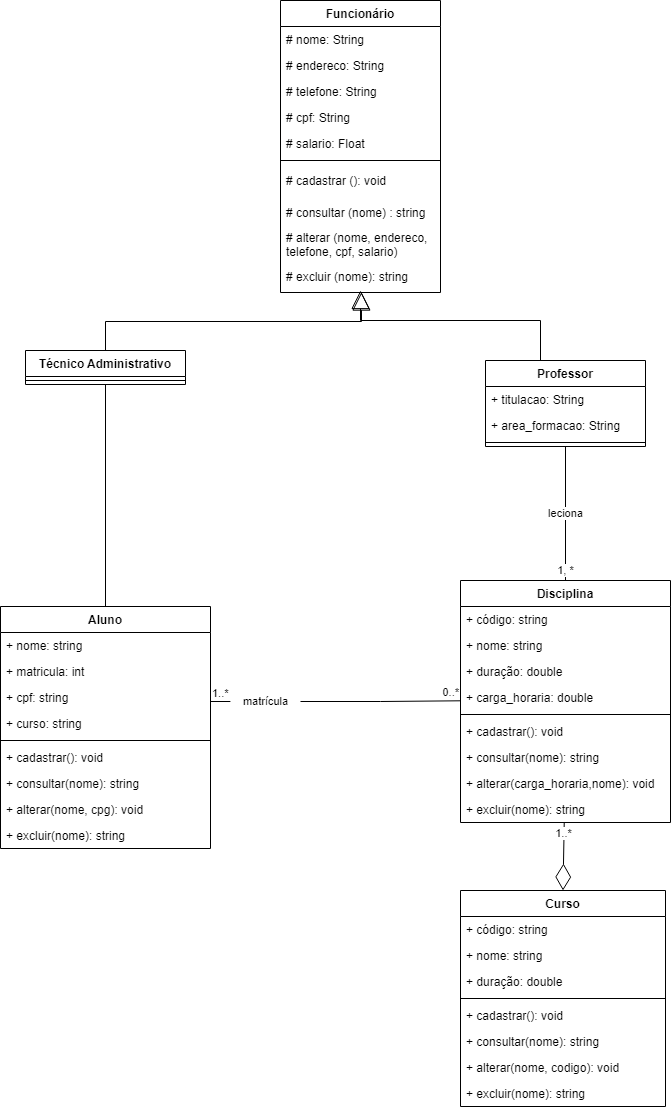
This is Modelagem de classes/EQ3-UML-Gestao_academica.png from Karolayne-silva/atv-sistemaDeGestaoAcademica, a draw.io export, as it was before one commit. Source tidied: cells renumbered, new cells last; positions are measured from the earlier drawing's top-left corner, leaving out a move shared by most shapes.
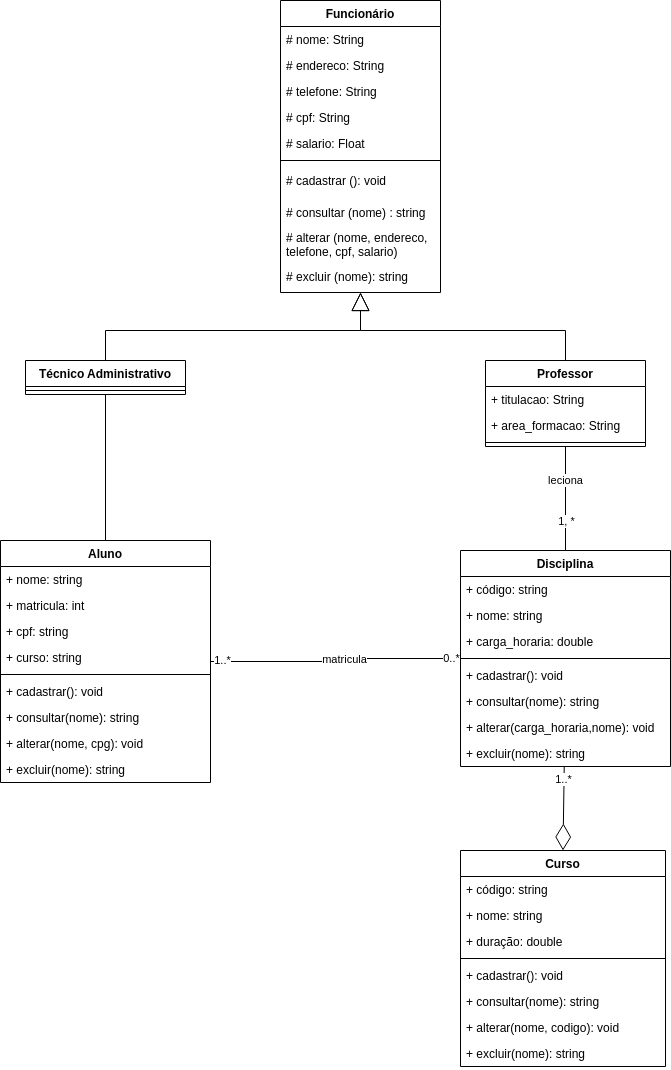
After the commit.

Change to the diagram source:
```diff
@@ -36,7 +36,7 @@
       <mxGeometry y="260" width="160" height="32" as="geometry" />
     </mxCell>
     <mxCell id="13" value="Curso" style="swimlane;fontStyle=1;align=center;verticalAlign=top;horizontal=1;startSize=26;" parent="1" vertex="1">
-      <mxGeometry x="460" y="890" width="205" height="216" as="geometry" />
+      <mxGeometry x="460" y="850" width="205" height="216" as="geometry" />
     </mxCell>
     <mxCell id="14" value="+ código: string" style="text;strokeColor=none;fillColor=none;align=left;verticalAlign=top;spacingLeft=4;spacingRight=4;overflow=hidden;" parent="13" vertex="1">
       <mxGeometry y="26" width="205" height="26" as="geometry" />
@@ -63,7 +63,7 @@
       <mxGeometry y="190" width="205" height="26" as="geometry" />
     </mxCell>
     <mxCell id="22" value="Disciplina" style="swimlane;fontStyle=1;align=center;verticalAlign=top;horizontal=1;startSize=26;" parent="1" vertex="1">
-      <mxGeometry x="460" y="580" width="210" height="242" as="geometry" />
+      <mxGeometry x="460" y="550" width="210" height="216" as="geometry" />
     </mxCell>
     <mxCell id="23" value="+ código: string" style="text;strokeColor=none;fillColor=none;align=left;verticalAlign=top;spacingLeft=4;spacingRight=4;overflow=hidden;" parent="22" vertex="1">
       <mxGeometry y="26" width="210" height="26" as="geometry" />
@@ -71,32 +71,31 @@
     <mxCell id="24" value="+ nome: string" style="text;strokeColor=none;fillColor=none;align=left;verticalAlign=top;spacingLeft=4;spacingRight=4;overflow=hidden;" parent="22" vertex="1">
       <mxGeometry y="52" width="210" height="26" as="geometry" />
     </mxCell>
-    <mxCell id="25" value="+ duração: double" style="text;strokeColor=none;fillColor=none;align=left;verticalAlign=top;spacingLeft=4;spacingRight=4;overflow=hidden;" parent="22" vertex="1">
-      <mxGeometry y="78" width="210" height="26" as="geometry" />
-    </mxCell>
     <mxCell id="26" value="+ carga_horaria: double" style="text;strokeColor=none;fillColor=none;align=left;verticalAlign=top;spacingLeft=4;spacingRight=4;overflow=hidden;points=[[0,0.5],[1,0.5]];portConstraint=eastwest;" parent="22" vertex="1">
-      <mxGeometry y="104" width="210" height="26" as="geometry" />
+      <mxGeometry y="78" width="210" height="26" as="geometry" />
     </mxCell>
     <mxCell id="27" style="line;strokeWidth=1;fillColor=none;align=left;verticalAlign=middle;spacingTop=-1;spacingLeft=3;spacingRight=3;labelPosition=right;strokeColor=inherit;" parent="22" vertex="1">
-      <mxGeometry y="130" width="210" height="8" as="geometry" />
+      <mxGeometry y="104" width="210" height="8" as="geometry" />
     </mxCell>
     <mxCell id="28" value="+ cadastrar(): void" style="text;strokeColor=none;fillColor=none;align=left;verticalAlign=top;spacingLeft=4;spacingRight=4;overflow=hidden;" parent="22" vertex="1">
-      <mxGeometry y="138" width="210" height="26" as="geometry" />
+      <mxGeometry y="112" width="210" height="26" as="geometry" />
     </mxCell>
     <mxCell id="29" value="+ consultar(nome): string" style="text;strokeColor=none;fillColor=none;align=left;verticalAlign=top;spacingLeft=4;spacingRight=4;overflow=hidden;" parent="22" vertex="1">
-      <mxGeometry y="164" width="210" height="26" as="geometry" />
+      <mxGeometry y="138" width="210" height="26" as="geometry" />
     </mxCell>
     <mxCell id="30" value="+ alterar(carga_horaria,nome): void" style="text;strokeColor=none;fillColor=none;align=left;verticalAlign=middle;spacingLeft=4;spacingRight=4;overflow=hidden;" parent="22" vertex="1">
-      <mxGeometry y="190" width="210" height="26" as="geometry" />
+      <mxGeometry y="164" width="210" height="26" as="geometry" />
     </mxCell>
     <mxCell id="31" value="+ excluir(nome): string" style="text;strokeColor=none;fillColor=none;align=left;verticalAlign=top;spacingLeft=4;spacingRight=4;overflow=hidden;points=[[0,0.5],[1,0.5]];portConstraint=eastwest;" parent="22" vertex="1">
-      <mxGeometry y="216" width="210" height="26" as="geometry" />
+      <mxGeometry y="190" width="210" height="26" as="geometry" />
     </mxCell>
     <mxCell id="32" value="leciona" style="edgeStyle=orthogonalEdgeStyle;rounded=0;jettySize=auto;html=1;startArrow=none;startFill=0;endArrow=none;endFill=0;" parent="1" edge="1" source="34" target="22">
-      <mxGeometry relative="1" as="geometry" />
+      <mxGeometry x="-0.35" relative="1" as="geometry" />
     </mxCell>
     <mxCell id="33" value="1, *" style="edgeLabel;html=1;align=center;verticalAlign=middle;" parent="32" vertex="1">
-      <mxGeometry x="0.83" y="-1" relative="1" as="geometry" />
+      <mxGeometry x="0.83" y="-1" relative="1" as="geometry">
+        <mxPoint x="1" y="-21" as="offset" />
+      </mxGeometry>
     </mxCell>
     <mxCell id="34" value="Professor&#10;" style="swimlane;fontStyle=1;align=center;verticalAlign=top;horizontal=1;startSize=26;" parent="1" vertex="1">
       <mxGeometry x="485" y="360" width="160" height="86" as="geometry" />
@@ -111,13 +110,13 @@
       <mxGeometry y="78" width="160" height="8" as="geometry" />
     </mxCell>
     <mxCell id="38" value="Técnico Administrativo" style="swimlane;fontStyle=1;align=center;verticalAlign=top;horizontal=1;startSize=26;" parent="1" vertex="1">
-      <mxGeometry x="25" y="350" width="160" height="34" as="geometry" />
+      <mxGeometry x="25" y="360" width="160" height="34" as="geometry" />
     </mxCell>
     <mxCell id="39" style="line;strokeWidth=1;fillColor=none;align=left;verticalAlign=middle;spacingTop=-1;spacingLeft=3;spacingRight=3;labelPosition=right;strokeColor=inherit;" parent="38" vertex="1">
       <mxGeometry y="26" width="160" height="8" as="geometry" />
     </mxCell>
     <mxCell id="40" value="Aluno" style="swimlane;fontStyle=1;align=center;verticalAlign=top;horizontal=1;startSize=26;" parent="1" vertex="1">
-      <mxGeometry y="606" width="210" height="242" as="geometry" />
+      <mxGeometry y="540" width="210" height="242" as="geometry" />
     </mxCell>
     <mxCell id="41" value="+ nome: string" style="text;strokeColor=none;fillColor=none;align=left;verticalAlign=top;spacingLeft=4;spacingRight=4;overflow=hidden;" parent="40" vertex="1">
       <mxGeometry y="26" width="210" height="26" as="geometry" />
@@ -146,16 +145,19 @@
     <mxCell id="49" value="+ excluir(nome): string" style="text;strokeColor=none;fillColor=none;align=left;verticalAlign=top;spacingLeft=4;spacingRight=4;overflow=hidden;" parent="40" vertex="1">
       <mxGeometry y="216" width="210" height="26" as="geometry" />
     </mxCell>
-    <mxCell id="50" style="endArrow=block;endSize=16;endFill=0;html=1;rounded=0;entryX=0.506;entryY=0.986;entryDx=0;entryDy=0;entryPerimeter=0;exitX=0.5;exitY=0;exitDx=0;exitDy=0;edgeStyle=orthogonalEdgeStyle;" parent="1" edge="1" source="38" target="12">
-      <mxGeometry relative="1" as="geometry" />
+    <mxCell id="50" style="endArrow=block;endSize=16;endFill=0;html=1;rounded=0;exitX=0.5;exitY=0;exitDx=0;exitDy=0;edgeStyle=orthogonalEdgeStyle;" parent="1" edge="1" source="38" target="2">
+      <mxGeometry relative="1" as="geometry">
+        <Array as="points">
+          <mxPoint x="105" y="330" />
+          <mxPoint x="360" y="330" />
+        </Array>
+      </mxGeometry>
     </mxCell>
-    <mxCell id="51" style="endArrow=block;endSize=16;endFill=0;html=1;rounded=0;exitX=0.5;exitY=0;exitDx=0;exitDy=0;edgeStyle=orthogonalEdgeStyle;" parent="1" edge="1" source="34">
+    <mxCell id="51" style="endArrow=block;endSize=16;endFill=0;html=1;rounded=0;edgeStyle=orthogonalEdgeStyle;" parent="1" edge="1" source="34" target="2">
       <mxGeometry relative="1" as="geometry">
-        <mxPoint x="360" y="290" as="targetPoint" />
         <Array as="points">
-          <mxPoint x="540" y="360" />
-          <mxPoint x="540" y="320" />
-          <mxPoint x="360" y="320" />
+          <mxPoint x="565" y="330" />
+          <mxPoint x="360" y="330" />
         </Array>
       </mxGeometry>
     </mxCell>
@@ -165,26 +167,20 @@
     <mxCell id="53" value="1..*" style="edgeLabel;html=1;align=center;verticalAlign=middle;" parent="52" vertex="1">
       <mxGeometry x="-0.69" y="-1" relative="1" as="geometry" />
     </mxCell>
-    <mxCell id="54" style="endArrow=none;html=1;edgeStyle=orthogonalEdgeStyle;rounded=0;entryX=-0.001;entryY=0.627;entryDx=0;entryDy=0;entryPerimeter=0;startArrow=none;" parent="1" edge="1" source="56" target="26">
-      <mxGeometry relative="1" as="geometry" />
-    </mxCell>
+    <mxCell id="59" style="endArrow=none;html=1;rounded=0;fontSize=11;exitX=0.5;exitY=1;exitDx=0;exitDy=0;entryX=0.5;entryY=0;entryDx=0;entryDy=0;" parent="1" edge="1" source="38" target="40">
+      <mxGeometry relative="1" as="geometry" />
+    </mxCell>
+    <mxCell id="60" style="endArrow=none;html=1;edgeStyle=orthogonalEdgeStyle;rounded=0;" parent="1" edge="1" source="40" target="22">
+      <mxGeometry relative="1" as="geometry" />
+    </mxCell>
+    <mxCell id="61" value="matricula" style="edgeLabel;html=1;align=center;verticalAlign=middle;" parent="60" vertex="1">
+      <mxGeometry x="0.07" relative="1" as="geometry" />
+    </mxCell>
-    <mxCell id="55" value="0..*" style="edgeLabel;html=1;align=right;verticalAlign=bottom;" parent="54" vertex="1">
-      <mxGeometry x="1" relative="1" as="geometry" />
+    <mxCell id="55" value="0..*" style="edgeLabel;html=1;align=center;verticalAlign=middle;" parent="60" vertex="1">
+      <mxGeometry x="0.92" y="1" relative="1" as="geometry" />
     </mxCell>
-    <mxCell id="56" value="&lt;font style=&quot;font-size: 11px;&quot;&gt;matrícula&lt;/font&gt;" style="text;html=1;align=center;verticalAlign=middle;points=[];strokeColor=none;fillColor=none;fontSize=11;" parent="1" vertex="1">
-      <mxGeometry x="230" y="686" width="70" height="30" as="geometry" />
-    </mxCell>
-    <mxCell id="57" style="endArrow=none;html=1;edgeStyle=orthogonalEdgeStyle;rounded=0;entryX=-0.001;entryY=0.627;entryDx=0;entryDy=0;entryPerimeter=0;" parent="1" edge="1">
-      <mxGeometry relative="1" as="geometry">
-        <mxPoint x="210" y="701" as="sourcePoint" />
-        <mxPoint x="229.9" y="701.8" as="targetPoint" />
-      </mxGeometry>
-    </mxCell>
-    <mxCell id="58" value="1..*" style="edgeLabel;html=1;align=left;verticalAlign=bottom;" parent="57" vertex="1">
-      <mxGeometry x="-1" relative="1" as="geometry" />
+    <mxCell id="58" value="1..*" style="edgeLabel;html=1;align=center;verticalAlign=middle;" parent="60" vertex="1">
+      <mxGeometry x="-0.91" y="2" relative="1" as="geometry" />
     </mxCell>
-    <mxCell id="59" style="endArrow=none;html=1;rounded=0;fontSize=11;exitX=0.5;exitY=1;exitDx=0;exitDy=0;entryX=0.5;entryY=0;entryDx=0;entryDy=0;" parent="1" edge="1" source="38" target="40">
-      <mxGeometry relative="1" as="geometry" />
-    </mxCell>
   </root>
 </mxGraphModel>
```
